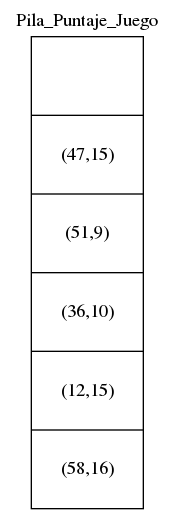
Earlier version of the Graphviz export Score_Stack.png (mariotun/EDD_1S2019_P1_201602942). Its source is kept beside it as Score_Stack.dot. Source of this version:
```dot
digraph pila_puntos{
 label=Pila_Puntaje_Juego;
 labelloc=t;
node[margin=0.3 fontcolor=black shape=record];

pila1[
label="{
|(47,15)
|(51,9)
|(36,10)
|(12,15)
|(58,16)
}"
];
}
```
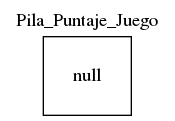
Later version of the same file.

What changed in the source:
```diff
@@ -2,14 +2,5 @@
  label=Pila_Puntaje_Juego;
  labelloc=t;
 node[margin=0.3 fontcolor=black shape=record];
-
-pila1[
-label="{
-|(47,15)
-|(51,9)
-|(36,10)
-|(12,15)
-|(58,16)
-}"
-];
+ None[label="null"];
 }
```
